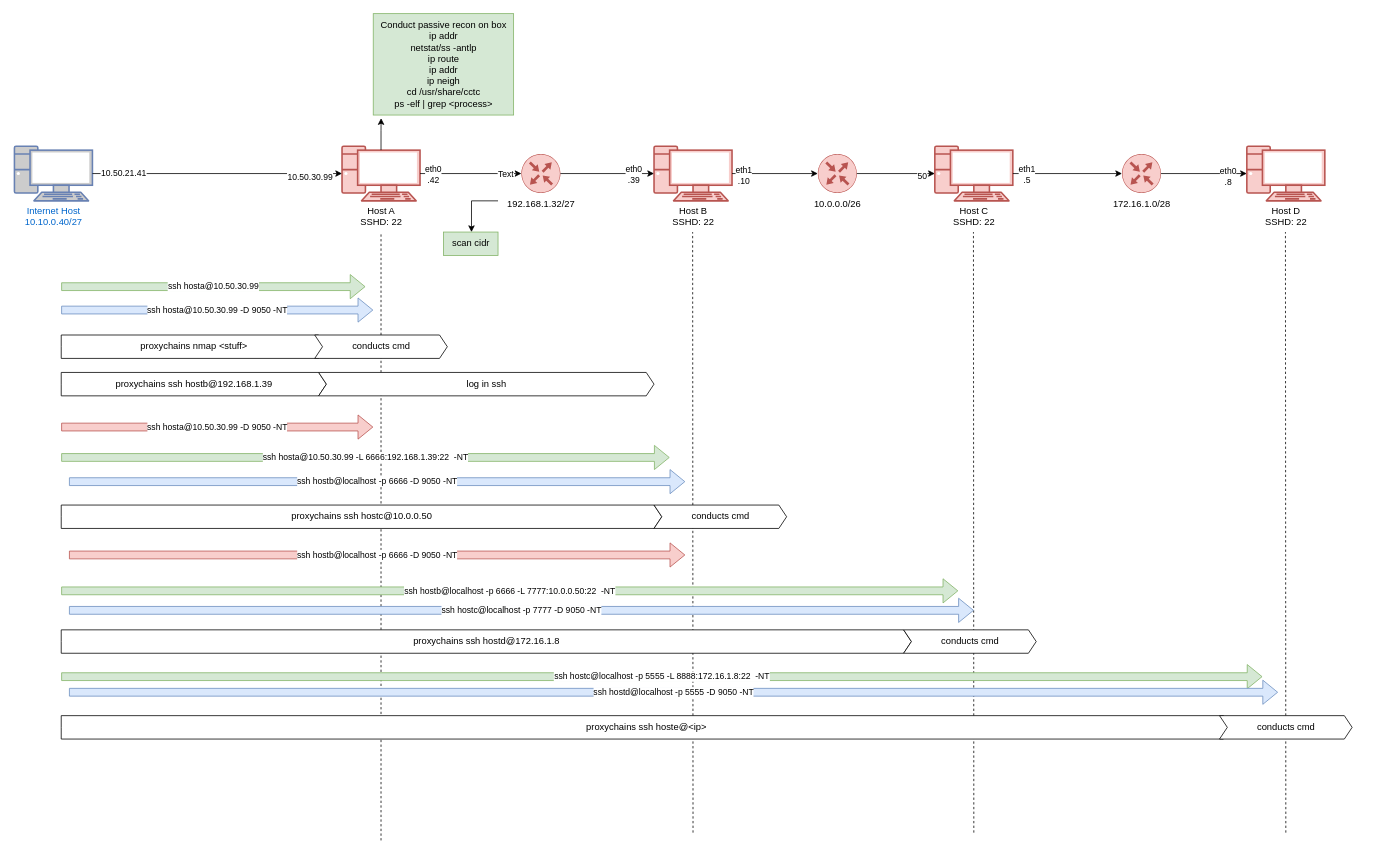
Earlier version of the draw.io diagram CCTC/NET/Tunnel_Practice.drawio (wifi96h/new). Source tidied: cells renumbered, new cells numbered last; positions are measured from the earlier drawing's top-left corner, leaving out a move shared by most shapes. Both pictures are drawn from the tidied source at 78%, with x=0, y=0 at pixel (14, 13).
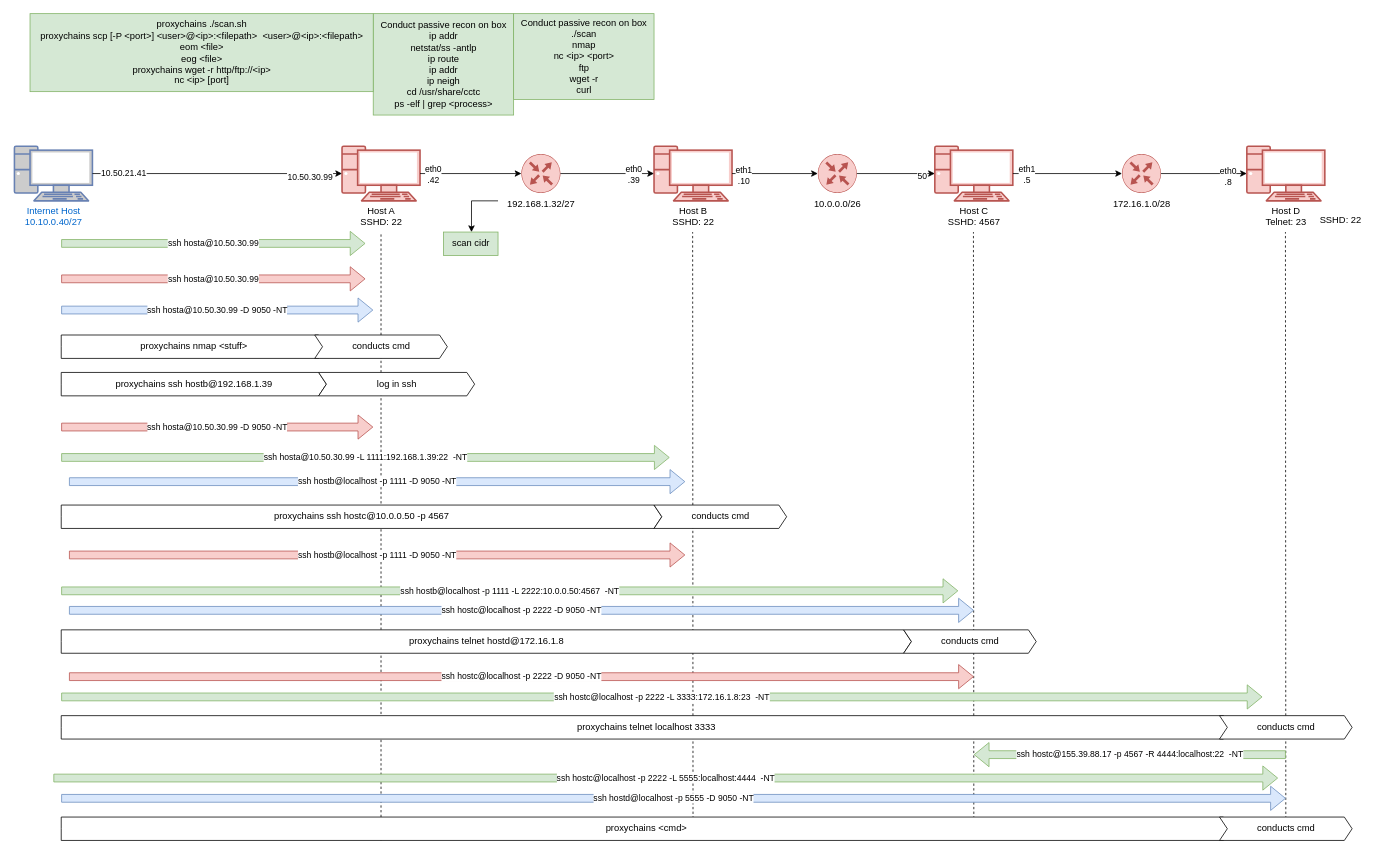
The same page after the edit.

The change refers to these unchanged cells:
```xml
<mxCell id="7" value="Host A&lt;div&gt;SSHD: 22&lt;/div&gt;" style="verticalAlign=top;verticalLabelPosition=bottom;labelPosition=center;align=center;html=1;outlineConnect=0;fillColor=#f8cecc;strokeColor=#b85450;gradientDirection=north;strokeWidth=2;shape=mxgraph.networks.pc;" parent="1" vertex="1">
  <mxGeometry x="420" y="170" width="100" height="70" as="geometry" />
</mxCell>
<mxCell id="10" style="edgeStyle=orthogonalEdgeStyle;rounded=0;jettySize=auto;html=1;exitX=1;exitY=0.5;exitDx=0;exitDy=0;exitPerimeter=0;entryX=0;entryY=0.5;entryDx=0;entryDy=0;entryPerimeter=0;" parent="1" edge="1" source="7" target="5">
  <mxGeometry relative="1" as="geometry" />
</mxCell>
<mxCell id="15" value="Conduct passive recon on box&lt;div&gt;ip addr&lt;/div&gt;&lt;div&gt;netstat/ss -antlp&lt;/div&gt;&lt;div&gt;ip route&lt;/div&gt;&lt;div&gt;ip addr&lt;/div&gt;&lt;div&gt;ip neigh&lt;/div&gt;&lt;div&gt;cd /usr/share/cctc&lt;/div&gt;&lt;div&gt;ps -elf | grep &amp;lt;process&amp;gt;&lt;/div&gt;" style="text;html=1;align=center;verticalAlign=middle;points=[];strokeColor=#82b366;fillColor=#d5e8d4;" parent="1" vertex="1">
  <mxGeometry x="460" width="180" height="130" as="geometry" />
</mxCell>
```

What changed in the source:
```diff
@@
-    <mxCell id="12" value="Text" style="edgeLabel;html=1;align=center;verticalAlign=middle;" parent="10" vertex="1">
-      <mxGeometry x="0.67" relative="1" as="geometry" />
-    </mxCell>
@@
-    <mxCell id="16" style="edgeStyle=orthogonalEdgeStyle;rounded=0;jettySize=auto;html=1;exitX=0.5;exitY=0.07;exitDx=0;exitDy=0;exitPerimeter=0;entryX=0.056;entryY=1.031;entryDx=0;entryDy=0;entryPerimeter=0;" parent="1" edge="1" source="7" target="15">
-      <mxGeometry relative="1" as="geometry" />
-    </mxCell>
@@
     <mxCell id="24" value="log in ssh" style="html=1;shadow=0;dashed=0;align=center;verticalAlign=middle;shape=mxgraph.arrows2.arrow;dy=0;dx=10;notch=10;" parent="1" vertex="1">
-      <mxGeometry x="390" y="460" width="430" height="30" as="geometry" />
+      <mxGeometry x="390" y="460" width="200" height="30" as="geometry" />
     </mxCell>
@@
-    <mxCell id="27" value="ssh hosta@10.50.30.99 -L 6666:192.168.1.39:22&amp;nbsp; -NT" style="shape=flexArrow;endArrow=classic;html=1;rounded=0;fillColor=#d5e8d4;strokeColor=#82b366;" parent="1" edge="1">
+    <mxCell id="27" value="ssh hosta@10.50.30.99 -L 1111:192.168.1.39:22&amp;nbsp; -NT" style="shape=flexArrow;endArrow=classic;html=1;rounded=0;fillColor=#d5e8d4;strokeColor=#82b366;" parent="1" edge="1">
       <mxGeometry relative="1" as="geometry">
         <mxPoint x="60" y="569" as="sourcePoint" />
         <mxPoint x="840" y="569" as="targetPoint" />
       </mxGeometry>
     </mxCell>
-    <mxCell id="28" value="ssh hostb@localhost -p 6666 -D 9050 -NT" style="shape=flexArrow;endArrow=classic;html=1;rounded=0;fillColor=#dae8fc;strokeColor=#6c8ebf;" parent="1" edge="1">
+    <mxCell id="28" value="ssh hostb@localhost -p 1111 -D 9050 -NT" style="shape=flexArrow;endArrow=classic;html=1;rounded=0;fillColor=#dae8fc;strokeColor=#6c8ebf;" parent="1" edge="1">
       <mxGeometry relative="1" as="geometry">
         <mxPoint x="70" y="600" as="sourcePoint" />
         <mxPoint x="860" y="600" as="targetPoint" />
       </mxGeometry>
     </mxCell>
-    <mxCell id="29" value="proxychains ssh hostc@10.0.0.50" style="html=1;shadow=0;dashed=0;align=center;verticalAlign=middle;shape=mxgraph.arrows2.arrow;dy=0;dx=10;notch=0;" parent="1" vertex="1">
+    <mxCell id="29" value="proxychains ssh hostc@10.0.0.50 -p 4567" style="html=1;shadow=0;dashed=0;align=center;verticalAlign=middle;shape=mxgraph.arrows2.arrow;dy=0;dx=10;notch=0;" parent="1" vertex="1">
       <mxGeometry x="60" y="630" width="770" height="30" as="geometry" />
     </mxCell>
@@
-    <mxCell id="33" value="Host C&lt;div&gt;SSHD: 22&lt;/div&gt;" style="verticalAlign=top;verticalLabelPosition=bottom;labelPosition=center;align=center;html=1;outlineConnect=0;fillColor=#f8cecc;strokeColor=#b85450;gradientDirection=north;strokeWidth=2;shape=mxgraph.networks.pc;" parent="1" vertex="1">
+    <mxCell id="33" value="Host C&lt;div&gt;SSHD: 4567&lt;/div&gt;" style="verticalAlign=top;verticalLabelPosition=bottom;labelPosition=center;align=center;html=1;outlineConnect=0;fillColor=#f8cecc;strokeColor=#b85450;gradientDirection=north;strokeWidth=2;shape=mxgraph.networks.pc;" parent="1" vertex="1">
       <mxGeometry x="1180" y="170" width="100" height="70" as="geometry" />
     </mxCell>
@@
-    <mxCell id="39" value="ssh hostb@localhost -p 6666 -D 9050 -NT" style="shape=flexArrow;endArrow=classic;html=1;rounded=0;fillColor=#f8cecc;strokeColor=#b85450;" parent="1" edge="1">
+    <mxCell id="39" value="ssh hostb@localhost -p 1111 -D 9050 -NT" style="shape=flexArrow;endArrow=classic;html=1;rounded=0;fillColor=#f8cecc;strokeColor=#b85450;" parent="1" edge="1">
       <mxGeometry relative="1" as="geometry">
         <mxPoint x="70" y="694" as="sourcePoint" />
         <mxPoint x="860" y="694" as="targetPoint" />
       </mxGeometry>
     </mxCell>
-    <mxCell id="40" value="ssh hostb@localhost -p 6666 -L 7777:10.0.0.50:22&amp;nbsp; -NT" style="shape=flexArrow;endArrow=classic;html=1;rounded=0;fillColor=#d5e8d4;strokeColor=#82b366;" parent="1" edge="1">
+    <mxCell id="40" value="ssh hostb@localhost -p 1111 -L 2222:10.0.0.50:4567&amp;nbsp; -NT" style="shape=flexArrow;endArrow=classic;html=1;rounded=0;fillColor=#d5e8d4;strokeColor=#82b366;" parent="1" edge="1">
       <mxGeometry relative="1" as="geometry">
         <mxPoint x="60" y="740" as="sourcePoint" />
         <mxPoint x="1210" y="740" as="targetPoint" />
       </mxGeometry>
     </mxCell>
-    <mxCell id="41" value="ssh hostc@localhost -p 7777 -D 9050 -NT" style="shape=flexArrow;endArrow=classic;html=1;rounded=0;fillColor=#dae8fc;strokeColor=#6c8ebf;" parent="1" edge="1">
+    <mxCell id="41" value="ssh hostc@localhost -p 2222 -D 9050 -NT" style="shape=flexArrow;endArrow=classic;html=1;rounded=0;fillColor=#dae8fc;strokeColor=#6c8ebf;" parent="1" edge="1">
       <mxGeometry relative="1" as="geometry">
         <mxPoint x="70" y="765" as="sourcePoint" />
         <mxPoint x="1230" y="765" as="targetPoint" />
       </mxGeometry>
     </mxCell>
-    <mxCell id="42" value="Host D&lt;div&gt;SSHD: 22&lt;/div&gt;" style="verticalAlign=top;verticalLabelPosition=bottom;labelPosition=center;align=center;html=1;outlineConnect=0;fillColor=#f8cecc;strokeColor=#b85450;gradientDirection=north;strokeWidth=2;shape=mxgraph.networks.pc;" parent="1" vertex="1">
+    <mxCell id="42" value="Host D&lt;div&gt;Telnet: 23&lt;/div&gt;" style="verticalAlign=top;verticalLabelPosition=bottom;labelPosition=center;align=center;html=1;outlineConnect=0;fillColor=#f8cecc;strokeColor=#b85450;gradientDirection=north;strokeWidth=2;shape=mxgraph.networks.pc;" parent="1" vertex="1">
       <mxGeometry x="1580" y="170" width="100" height="70" as="geometry" />
     </mxCell>
@@
-    <mxCell id="46" value="proxychains ssh hostd@172.16.1.8" style="html=1;shadow=0;dashed=0;align=center;verticalAlign=middle;shape=mxgraph.arrows2.arrow;dy=0;dx=10;notch=0;" parent="1" vertex="1">
+    <mxCell id="46" value="proxychains telnet hostd@172.16.1.8" style="html=1;shadow=0;dashed=0;align=center;verticalAlign=middle;shape=mxgraph.arrows2.arrow;dy=0;dx=10;notch=0;" parent="1" vertex="1">
       <mxGeometry x="60" y="790" width="1090" height="30" as="geometry" />
     </mxCell>
@@
-    <mxCell id="48" value="ssh hostc@localhost -p 5555 -L 8888:172.16.1.8:22&amp;nbsp; -NT" style="shape=flexArrow;endArrow=classic;html=1;rounded=0;fillColor=#d5e8d4;strokeColor=#82b366;" parent="1" edge="1">
+    <mxCell id="48" value="ssh hostc@localhost -p 2222 -L 3333:172.16.1.8:23&amp;nbsp; -NT" style="shape=flexArrow;endArrow=classic;html=1;rounded=0;fillColor=#d5e8d4;strokeColor=#82b366;" parent="1" edge="1">
       <mxGeometry relative="1" as="geometry">
-        <mxPoint x="60" y="850" as="sourcePoint" />
-        <mxPoint x="1600" y="850" as="targetPoint" />
+        <mxPoint x="60" y="876" as="sourcePoint" />
+        <mxPoint x="1600" y="876" as="targetPoint" />
       </mxGeometry>
     </mxCell>
+    <mxCell id="50" value="proxychains &amp;lt;cmd&amp;gt;" style="html=1;shadow=0;dashed=0;align=center;verticalAlign=middle;shape=mxgraph.arrows2.arrow;dy=0;dx=10;notch=0;" parent="1" vertex="1">
+      <mxGeometry x="60" y="1030" width="1500" height="30" as="geometry" />
+    </mxCell>
+    <mxCell id="52" value="ssh hosta@10.50.30.99" style="shape=flexArrow;endArrow=classic;html=1;rounded=0;fillColor=#d5e8d4;strokeColor=#82b366;" parent="1" edge="1">
+      <mxGeometry relative="1" as="geometry">
+        <mxPoint x="60" y="294.6" as="sourcePoint" />
+        <mxPoint x="450" y="294.6" as="targetPoint" />
+      </mxGeometry>
+    </mxCell>
+    <mxCell id="53" value="&lt;div&gt;Conduct passive recon on box&lt;/div&gt;&lt;div&gt;./scan&lt;/div&gt;&lt;div&gt;nmap&lt;/div&gt;&lt;div&gt;nc &amp;lt;ip&amp;gt; &amp;lt;port&amp;gt;&lt;/div&gt;&lt;div&gt;ftp&lt;/div&gt;&lt;div&gt;wget -r&lt;/div&gt;&lt;div&gt;curl&lt;/div&gt;" style="text;html=1;align=center;verticalAlign=middle;strokeColor=#82b366;fillColor=#d5e8d4;" parent="1" vertex="1">
+      <mxGeometry x="640" width="180" height="110" as="geometry" />
+    </mxCell>
+    <mxCell id="54" value="proxychains ./scan.sh&lt;div&gt;proxychains scp [-P &amp;lt;port&amp;gt;] &amp;lt;user&amp;gt;@&amp;lt;ip&amp;gt;:&amp;lt;filepath&amp;gt;&amp;nbsp; &amp;lt;user&amp;gt;@&amp;lt;ip&amp;gt;:&amp;lt;filepath&amp;gt;&lt;/div&gt;&lt;div&gt;eom &amp;lt;file&amp;gt;&lt;/div&gt;&lt;div&gt;eog &amp;lt;file&amp;gt;&lt;/div&gt;&lt;div&gt;proxychains wget -r http/ftp://&amp;lt;ip&amp;gt;&lt;/div&gt;&lt;div&gt;nc &amp;lt;ip&amp;gt; [port]&lt;/div&gt;" style="text;html=1;align=center;verticalAlign=middle;strokeColor=#82b366;fillColor=#d5e8d4;" parent="1" vertex="1">
+      <mxGeometry x="20" width="440" height="100" as="geometry" />
+    </mxCell>
+    <mxCell id="55" value="ssh hostc@localhost -p 2222 -D 9050 -NT" style="shape=flexArrow;endArrow=classic;html=1;rounded=0;fillColor=#f8cecc;strokeColor=#b85450;" parent="1" edge="1">
+      <mxGeometry relative="1" as="geometry">
+        <mxPoint x="70" y="850" as="sourcePoint" />
+        <mxPoint x="1230" y="850" as="targetPoint" />
+      </mxGeometry>
+    </mxCell>
     <mxCell id="49" value="ssh hostd@localhost -p 5555 -D 9050 -NT" style="shape=flexArrow;endArrow=classic;html=1;rounded=0;fillColor=#dae8fc;strokeColor=#6c8ebf;" parent="1" edge="1">
       <mxGeometry relative="1" as="geometry">
-        <mxPoint x="70" y="870" as="sourcePoint" />
-        <mxPoint x="1620" y="870" as="targetPoint" />
+        <mxPoint x="60" y="1006" as="sourcePoint" />
+        <mxPoint x="1630" y="1006" as="targetPoint" />
       </mxGeometry>
     </mxCell>
-    <mxCell id="50" value="proxychains ssh hoste@&amp;lt;ip&amp;gt;" style="html=1;shadow=0;dashed=0;align=center;verticalAlign=middle;shape=mxgraph.arrows2.arrow;dy=0;dx=10;notch=0;" parent="1" vertex="1">
-      <mxGeometry x="60" y="900" width="1500" height="30" as="geometry" />
-    </mxCell>
+    <mxCell id="56" value="proxychains telnet localhost 3333" style="html=1;shadow=0;dashed=0;align=center;verticalAlign=middle;shape=mxgraph.arrows2.arrow;dy=0;dx=10;notch=0;" parent="1" vertex="1">
+      <mxGeometry x="60" y="900" width="1500" height="30" as="geometry" />
+    </mxCell>
@@
-    <mxCell id="52" value="ssh hosta@10.50.30.99" style="shape=flexArrow;endArrow=classic;html=1;rounded=0;fillColor=#d5e8d4;strokeColor=#82b366;" parent="1" edge="1">
-      <mxGeometry relative="1" as="geometry">
-        <mxPoint x="60" y="350" as="sourcePoint" />
-        <mxPoint x="450" y="350" as="targetPoint" />
-      </mxGeometry>
-    </mxCell>
+    <mxCell id="57" value="ssh hostc@155.39.88.17 -p 4567 -R 4444:localhost:22&amp;nbsp; -NT" style="shape=flexArrow;endArrow=classic;html=1;rounded=0;fillColor=#d5e8d4;strokeColor=#82b366;" parent="1" edge="1">
+      <mxGeometry relative="1" as="geometry">
+        <mxPoint x="1630" y="950" as="sourcePoint" />
+        <mxPoint x="1230" y="950" as="targetPoint" />
+      </mxGeometry>
+    </mxCell>
+    <mxCell id="58" value="ssh hostc@localhost -p 2222 -L 5555:localhost:4444&amp;nbsp; -NT" style="shape=flexArrow;endArrow=classic;html=1;rounded=0;fillColor=#d5e8d4;strokeColor=#82b366;" parent="1" edge="1">
+      <mxGeometry relative="1" as="geometry">
+        <mxPoint x="50" y="980" as="sourcePoint" />
+        <mxPoint x="1620" y="980" as="targetPoint" />
+      </mxGeometry>
+    </mxCell>
+    <mxCell id="59" value="ssh hosta@10.50.30.99" style="shape=flexArrow;endArrow=classic;html=1;rounded=0;fillColor=#f8cecc;strokeColor=#b85450;" parent="1" edge="1">
+      <mxGeometry relative="1" as="geometry">
+        <mxPoint x="60" y="340" as="sourcePoint" />
+        <mxPoint x="450" y="340" as="targetPoint" />
+      </mxGeometry>
+    </mxCell>
+    <mxCell id="60" value="SSHD: 22" style="text;html=1;align=center;verticalAlign=middle;strokeColor=none;fillColor=none;" parent="1" vertex="1">
+      <mxGeometry x="1660" y="250" width="80" height="30" as="geometry" />
+    </mxCell>
+    <mxCell id="61" value="conducts cmd" style="html=1;shadow=0;dashed=0;align=center;verticalAlign=middle;shape=mxgraph.arrows2.arrow;dy=0;dx=10;notch=10;" parent="1" vertex="1">
+      <mxGeometry x="1545" y="1030" width="170" height="30" as="geometry" />
+    </mxCell>
```
